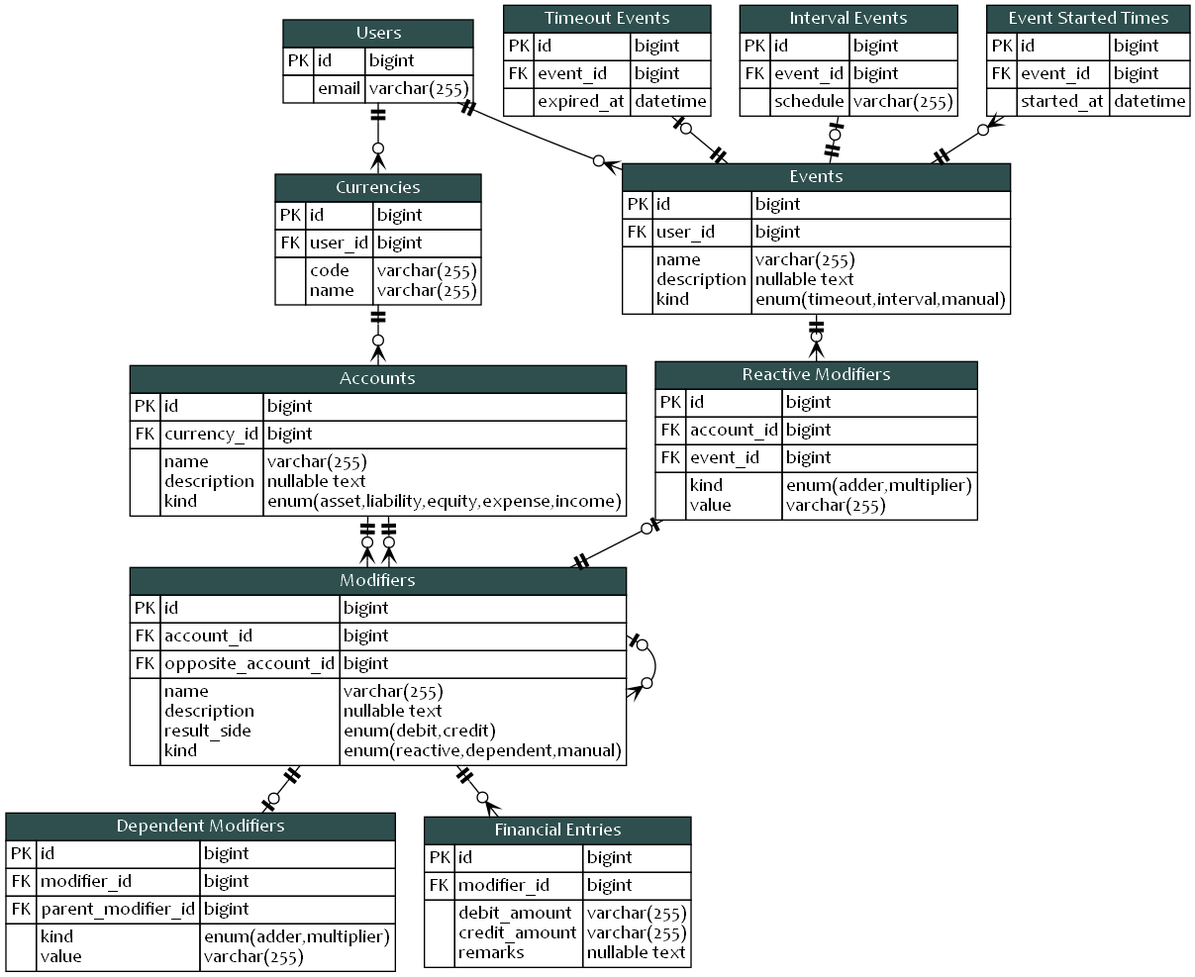
This is blueprint/erd.png from KennethTrecy/peratorakka_server, a Graphviz export, as it was before one commit. Its source is kept beside it as blueprint/erd.dot.
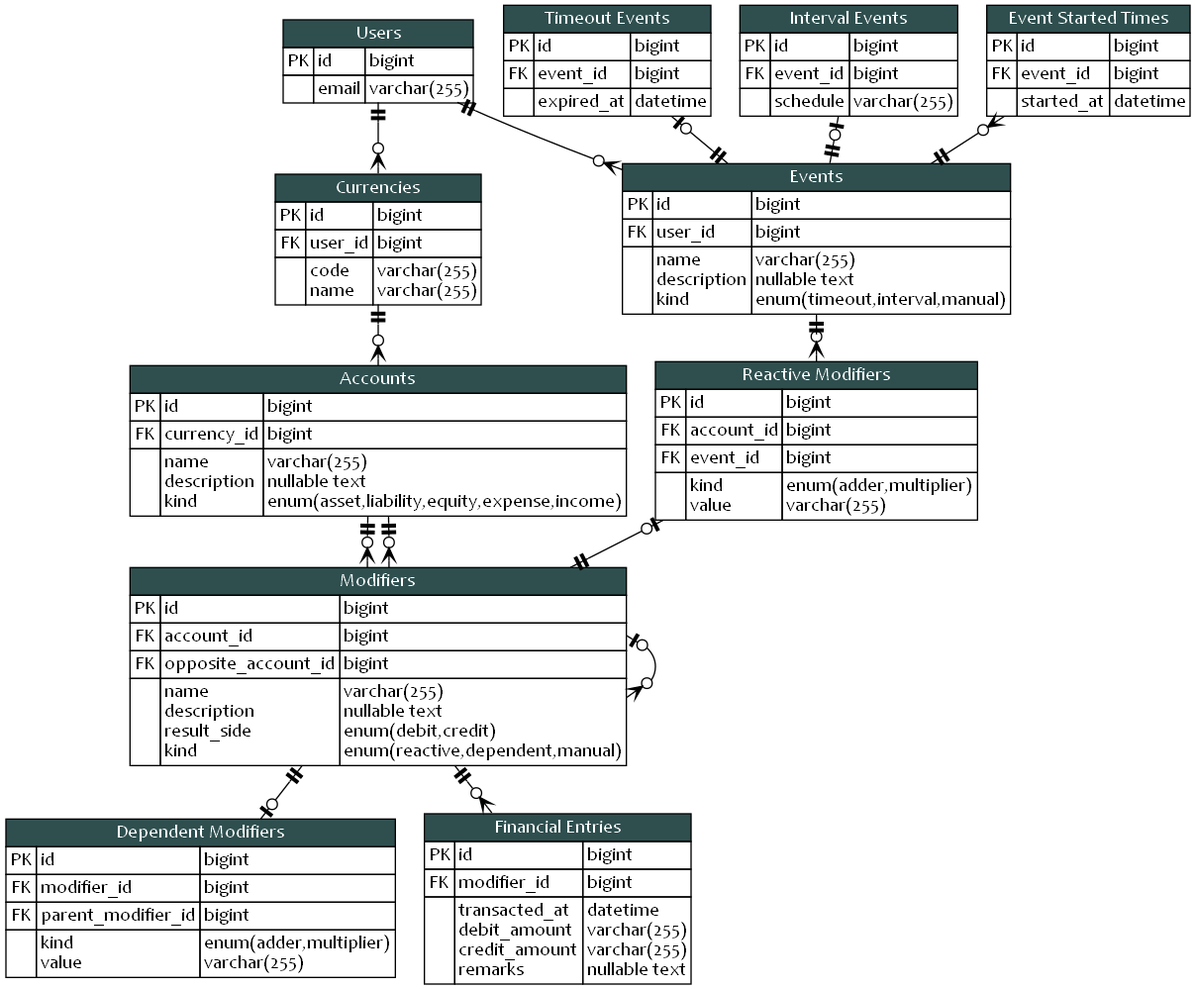
After the commit.

Commit message:
docs(blueprint): record transaction date

Diff of the diagram source:
```diff
@@ -379,11 +379,13 @@
 				<tr>
 					<td></td>
 					<td align="left">
+						transacted_at<br align="left"/>
 						debit_amount<br align="left"/>
 						credit_amount<br align="left"/>
 						remarks<br align="left"/>
 					</td>
 					<td align="left">
+						datetime<br align="left"/>
 						varchar(255)<br align="left"/>
 						varchar(255)<br align="left"/>
 						nullable text<br align="left"/>
```
